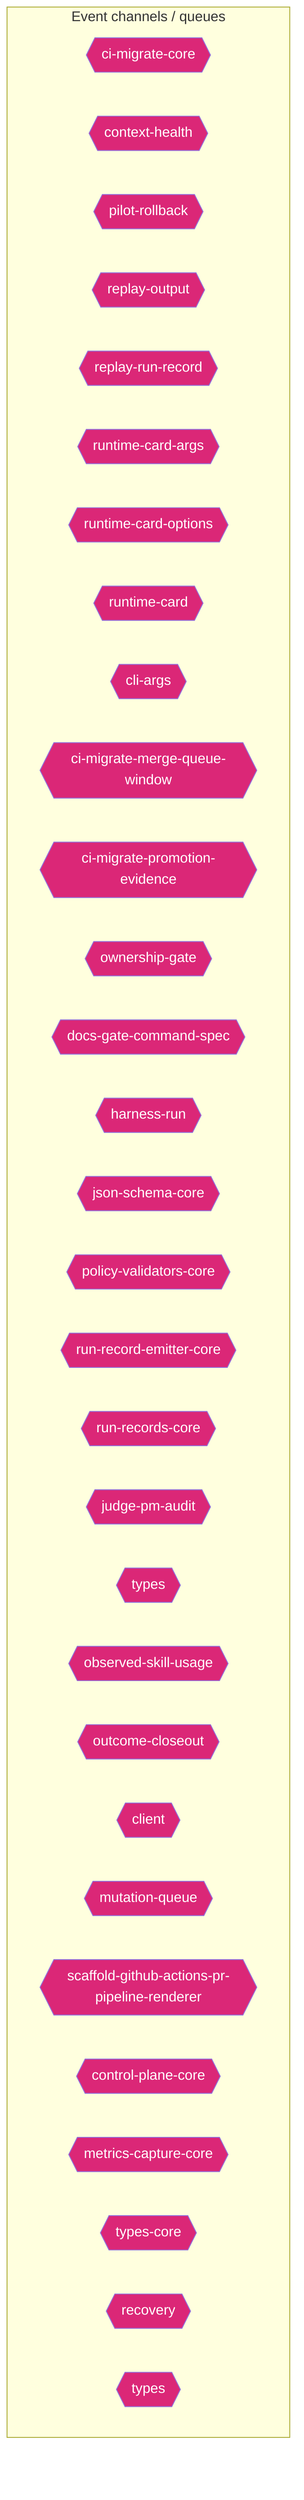
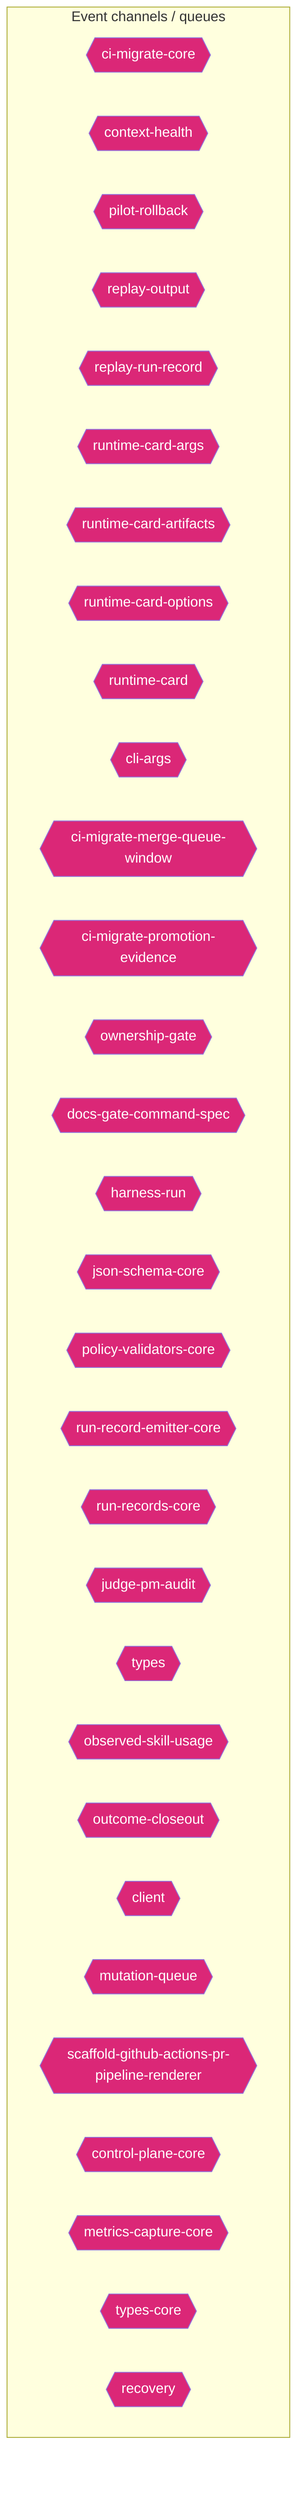
flowchart TD
  subgraph Channels["Event channels / queues"]
    ci_migrate_core_7005b5af{{"ci-migrate-core"}}
    context_health_80bb7da9{{"context-health"}}
    pilot_rollback_00c1f82c{{"pilot-rollback"}}
    replay_output_993eda9e{{"replay-output"}}
    replay_run_record_9a08cce2{{"replay-run-record"}}
    runtime_card_args_2b3d4b28{{"runtime-card-args"}}
+     runtime_card_artifacts_143b799c{{"runtime-card-artifacts"}}
    runtime_card_options_c9156ad5{{"runtime-card-options"}}
    runtime_card_e06b53e1{{"runtime-card"}}
    cli_args_1_6144b055{{"cli-args"}}
    ci_migrate_merge_queue_window_0070bd6d{{"ci-migrate-merge-queue-window"}}
    ci_migrate_promotion_evidence_1a2dc527{{"ci-migrate-promotion-evidence"}}
    ownership_gate_2e194d13{{"ownership-gate"}}
    docs_gate_command_spec_16795187{{"docs-gate-command-spec"}}
    harness_run_c0761792{{"harness-run"}}
    json_schema_core_96d7e328{{"json-schema-core"}}
    policy_validators_core_714a3fe7{{"policy-validators-core"}}
    run_record_emitter_core_688049d5{{"run-record-emitter-core"}}
    run_records_core_89286dfa{{"run-records-core"}}
    judge_pm_audit_ccd20b35{{"judge-pm-audit"}}
    types_8_f6283648{{"types"}}
    observed_skill_usage_ed7d5930{{"observed-skill-usage"}}
    outcome_closeout_ba497ec2{{"outcome-closeout"}}
    client_948fe603{{"client"}}
    mutation_queue_ce5a530e{{"mutation-queue"}}
    scaffold_github_actions_pr_pipeline_renderer_1ee18de5{{"scaffold-github-actions-pr-pipeline-renderer"}}
    control_plane_core_db3b4cb2{{"control-plane-core"}}
    metrics_capture_core_db4bf7cf{{"metrics-capture-core"}}
    types_core_1_8bd0f8fd{{"types-core"}}
    recovery_8c585378{{"recovery"}}
-     types_20_071a0112{{"types"}}
  end
  classDef eventNode fill:#db2777,color:#fff
-   class ci_migrate_core_7005b5af,context_health_80bb7da9,pilot_rollback_00c1f82c,replay_output_993eda9e,replay_run_record_9a08cce2,runtime_card_args_2b3d4b28,runtime_card_options_c9156ad5,runtime_card_e06b53e1,cli_args_1_6144b055,ci_migrate_merge_queue_window_0070bd6d,ci_migrate_promotion_evidence_1a2dc527,ownership_gate_2e194d13,docs_gate_command_spec_16795187,harness_run_c0761792,json_schema_core_96d7e328,policy_validators_core_714a3fe7,run_record_emitter_core_688049d5,run_records_core_89286dfa,judge_pm_audit_ccd20b35,types_8_f6283648,observed_skill_usage_ed7d5930,outcome_closeout_ba497ec2,client_948fe603,mutation_queue_ce5a530e,scaffold_github_actions_pr_pipeline_renderer_1ee18de5,control_plane_core_db3b4cb2,metrics_capture_core_db4bf7cf,types_core_1_8bd0f8fd,recovery_8c585378,types_20_071a0112 eventNode
+   class ci_migrate_core_7005b5af,context_health_80bb7da9,pilot_rollback_00c1f82c,replay_output_993eda9e,replay_run_record_9a08cce2,runtime_card_args_2b3d4b28,runtime_card_artifacts_143b799c,runtime_card_options_c9156ad5,runtime_card_e06b53e1,cli_args_1_6144b055,ci_migrate_merge_queue_window_0070bd6d,ci_migrate_promotion_evidence_1a2dc527,ownership_gate_2e194d13,docs_gate_command_spec_16795187,harness_run_c0761792,json_schema_core_96d7e328,policy_validators_core_714a3fe7,run_record_emitter_core_688049d5,run_records_core_89286dfa,judge_pm_audit_ccd20b35,types_8_f6283648,observed_skill_usage_ed7d5930,outcome_closeout_ba497ec2,client_948fe603,mutation_queue_ce5a530e,scaffold_github_actions_pr_pipeline_renderer_1ee18de5,control_plane_core_db3b4cb2,metrics_capture_core_db4bf7cf,types_core_1_8bd0f8fd,recovery_8c585378 eventNode
